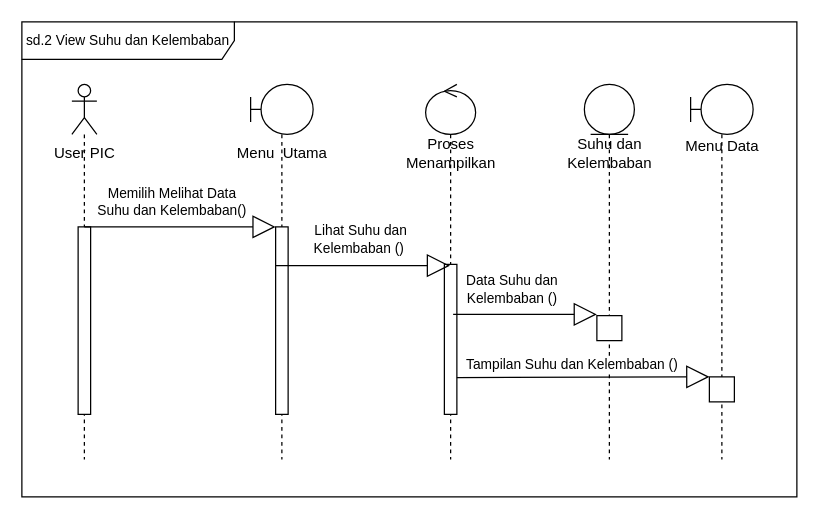
Above: Untitled Diagram.drawio in lcornellious/UAS_SPK_MAS-ADJI-RAMDANI (draw.io), before the change. Source tidied: cells renumbered, new cells numbered last; positions are measured from the earlier drawing's top-left corner, leaving out a move shared by most shapes. Both pictures are drawn from the tidied source at 125%, with x=0, y=0 at pixel (21, 21).
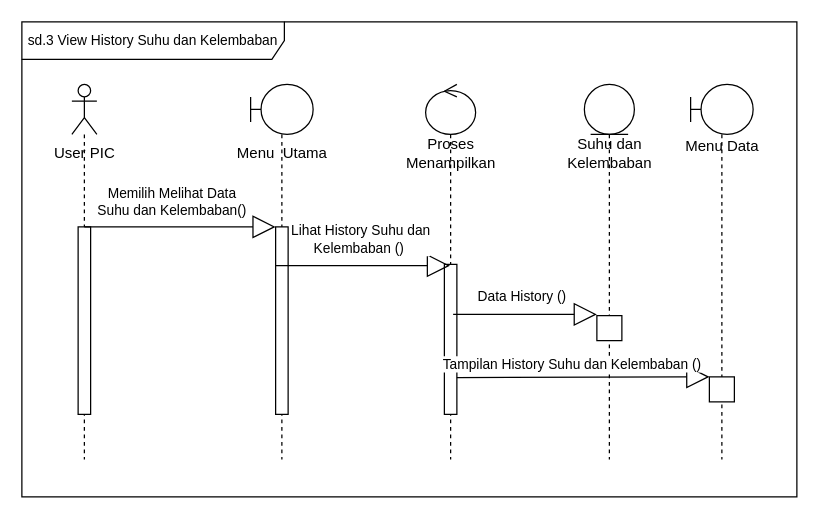
Above is the later version.

Commit message:
Sequence Diagram View History Suhu dan Kelembaban.drawio

Diff of the diagram source:
```diff
@@
-    <mxCell id="11" value="Lihat Suhu dan &lt;br&gt;Kelembaban ()&amp;nbsp;" style="endArrow=block;endSize=16;endFill=0;html=1;rounded=0;" parent="1" edge="1">
+    <mxCell id="11" value="Lihat History Suhu dan &lt;br&gt;Kelembaban ()&amp;nbsp;" style="endArrow=block;endSize=16;endFill=0;html=1;rounded=0;" parent="1" edge="1">
       <mxGeometry x="-0.02" y="21" relative="1" as="geometry">
         <mxPoint x="203" y="195" as="sourcePoint" />
         <mxPoint x="342.5" y="195" as="targetPoint" />
       </mxGeometry>
     </mxCell>
-    <mxCell id="12" value="Data Suhu dan &lt;br&gt;Kelembaban ()" style="endArrow=block;endSize=16;endFill=0;html=1;rounded=0;" parent="1" edge="1">
-      <mxGeometry x="-0.19" y="20" relative="1" as="geometry">
+    <mxCell id="12" value="Data History&amp;nbsp;()" style="endArrow=block;endSize=16;endFill=0;html=1;rounded=0;" parent="1" edge="1">
+      <mxGeometry x="-0.04" y="14" relative="1" as="geometry">
         <mxPoint x="345" y="234" as="sourcePoint" />
         <mxPoint x="460" y="234" as="targetPoint" />
       </mxGeometry>
     </mxCell>
@@
-    <mxCell id="15" value="Tampilan Suhu dan Kelembaban ()" style="endArrow=block;endSize=16;endFill=0;html=1;rounded=0;" parent="1" edge="1">
+    <mxCell id="15" value="Tampilan History Suhu dan Kelembaban ()" style="endArrow=block;endSize=16;endFill=0;html=1;rounded=0;" parent="1" edge="1">
       <mxGeometry x="-0.09" y="10" relative="1" as="geometry">
         <mxPoint x="348" y="284.5" as="sourcePoint" />
         <mxPoint x="550" y="284" as="targetPoint" />
       </mxGeometry>
     </mxCell>
@@
-    <mxCell id="21" value="&lt;font style=&quot;font-size: 11px;&quot;&gt;sd.2 View Suhu dan Kelembaban&lt;/font&gt;" style="shape=umlFrame;whiteSpace=wrap;html=1;width=170;height=30;" parent="1" vertex="1">
+    <mxCell id="21" value="&lt;font style=&quot;font-size: 11px;&quot;&gt;sd.3 View History Suhu dan Kelembaban&lt;/font&gt;" style="shape=umlFrame;whiteSpace=wrap;html=1;width=210;height=30;" parent="1" vertex="1">
       <mxGeometry width="620" height="380" as="geometry" />
     </mxCell>
```
